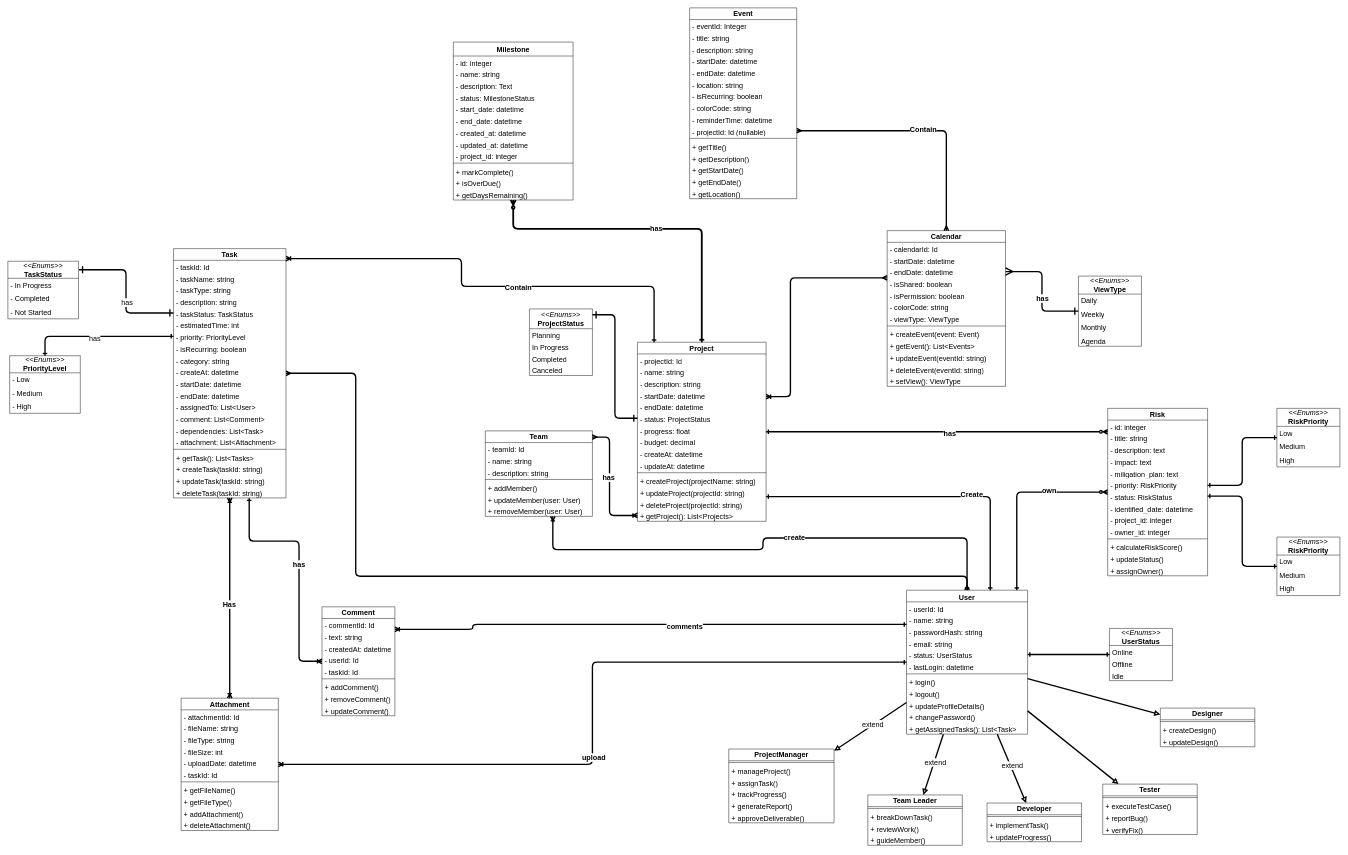
AzazelXXI/unitydesk keeps this draw.io diagram as .docs/modules/tasks/Class Diagram.drawio. Above is the earlier version. Source tidied: cells renumbered, new cells numbered last; positions are measured from the earlier drawing's top-left corner, leaving out a move shared by most shapes. Both pictures are drawn from the tidied source at 45%, with x=0, y=0 at pixel (8, 8).
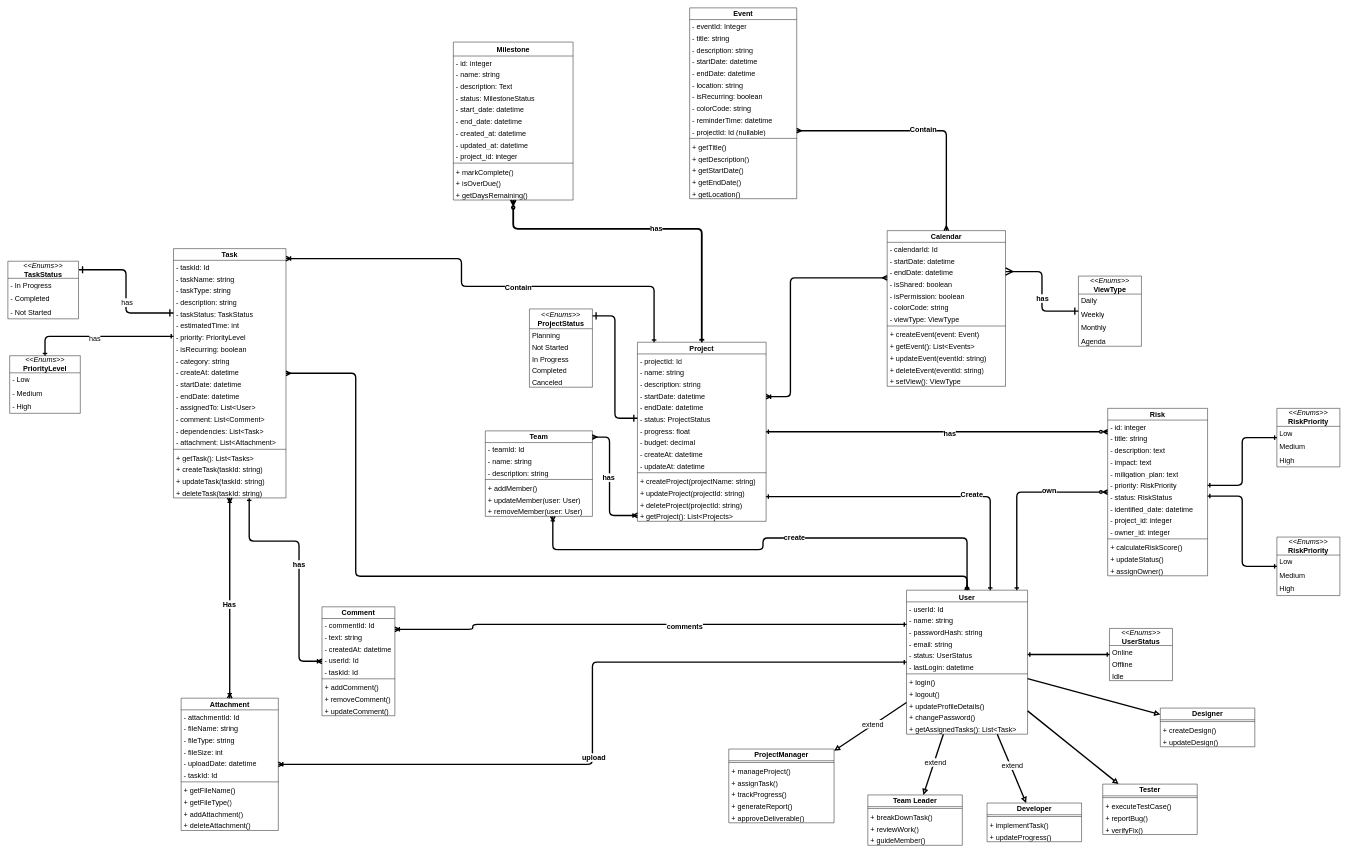
Above is the later version.

What changed in the source:
```diff
@@
     <mxCell id="99" value="&lt;i&gt;&amp;lt;&amp;lt;Enums&amp;gt;&amp;gt;&lt;/i&gt;&lt;div&gt;&lt;b&gt;ProjectStatus&lt;/b&gt;&lt;/div&gt;" style="swimlane;fontStyle=0;horizontal=1;startSize=44;fillColor=none;whiteSpace=wrap;html=1;fontSize=16;" parent="1" vertex="1">
-      <mxGeometry x="1159" y="669" width="140" height="148" as="geometry" />
+      <mxGeometry x="1159" y="669" width="140" height="174" as="geometry" />
     </mxCell>
@@
+    <mxCell id="242" value="Not Started" style="text;strokeColor=none;fillColor=none;align=left;verticalAlign=top;spacingLeft=4;spacingRight=4;overflow=hidden;whiteSpace=wrap;html=1;fontSize=16;" parent="99" vertex="1">
+      <mxGeometry y="70" width="140" height="26" as="geometry" />
+    </mxCell>
     <mxCell id="101" value="In Progress" style="text;strokeColor=none;fillColor=none;align=left;verticalAlign=top;spacingLeft=4;spacingRight=4;overflow=hidden;whiteSpace=wrap;html=1;fontSize=16;" parent="99" vertex="1">
-      <mxGeometry y="70" width="140" height="26" as="geometry" />
+      <mxGeometry y="96" width="140" height="26" as="geometry" />
     </mxCell>
     <mxCell id="102" value="Completed" style="text;strokeColor=none;fillColor=none;align=left;verticalAlign=top;spacingLeft=4;spacingRight=4;overflow=hidden;whiteSpace=wrap;html=1;fontSize=16;" parent="99" vertex="1">
-      <mxGeometry y="96" width="140" height="26" as="geometry" />
+      <mxGeometry y="122" width="140" height="26" as="geometry" />
     </mxCell>
     <mxCell id="103" value="Canceled" style="text;strokeColor=none;fillColor=none;align=left;verticalAlign=top;spacingLeft=4;spacingRight=4;overflow=hidden;whiteSpace=wrap;html=1;fontSize=16;" parent="99" vertex="1">
-      <mxGeometry y="122" width="140" height="26" as="geometry" />
+      <mxGeometry y="148" width="140" height="26" as="geometry" />
     </mxCell>
```
